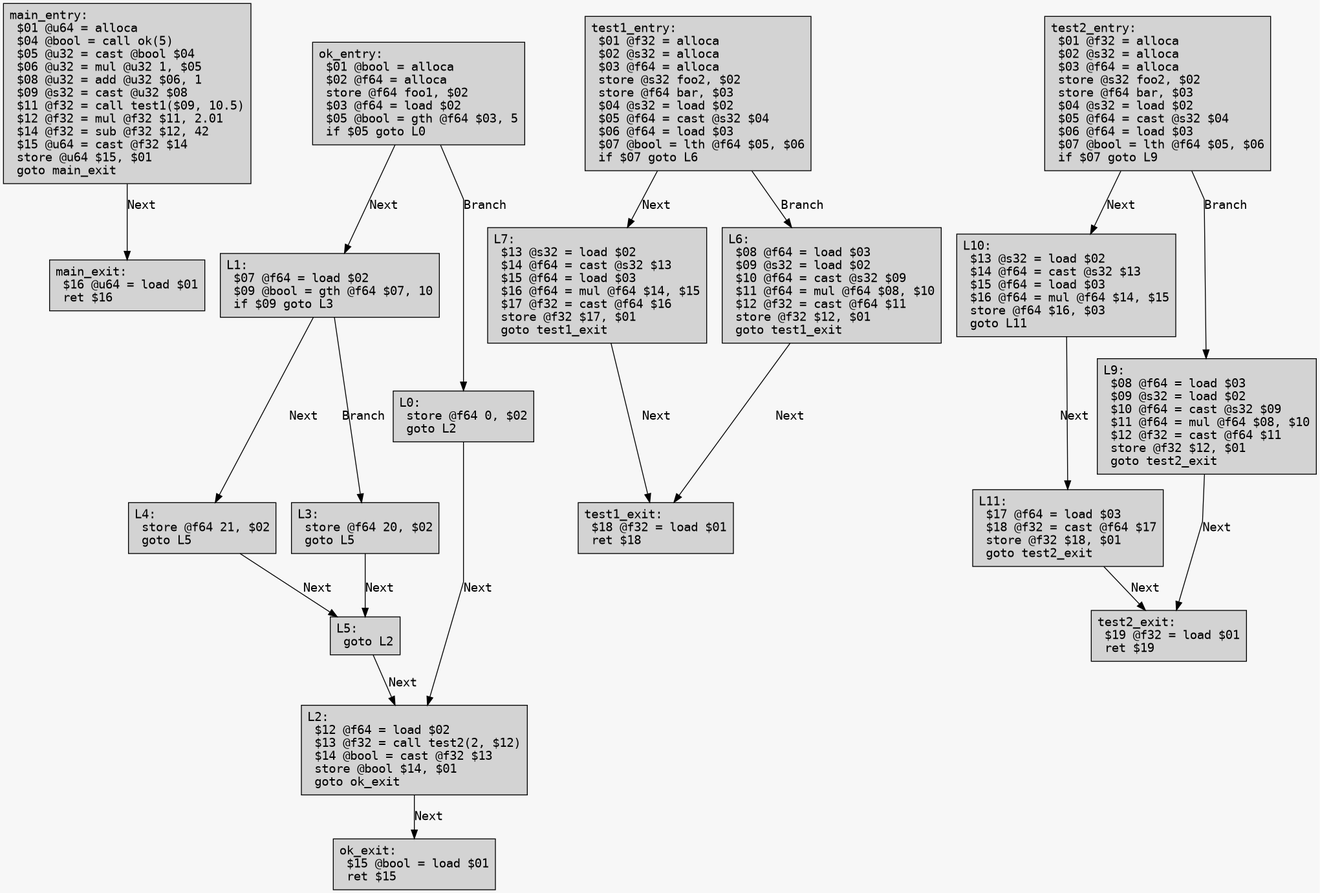
Earlier version of the Graphviz export example/test_opt.png (Excse/arkoi_language). Its source is kept beside it as example/test_opt.dot.
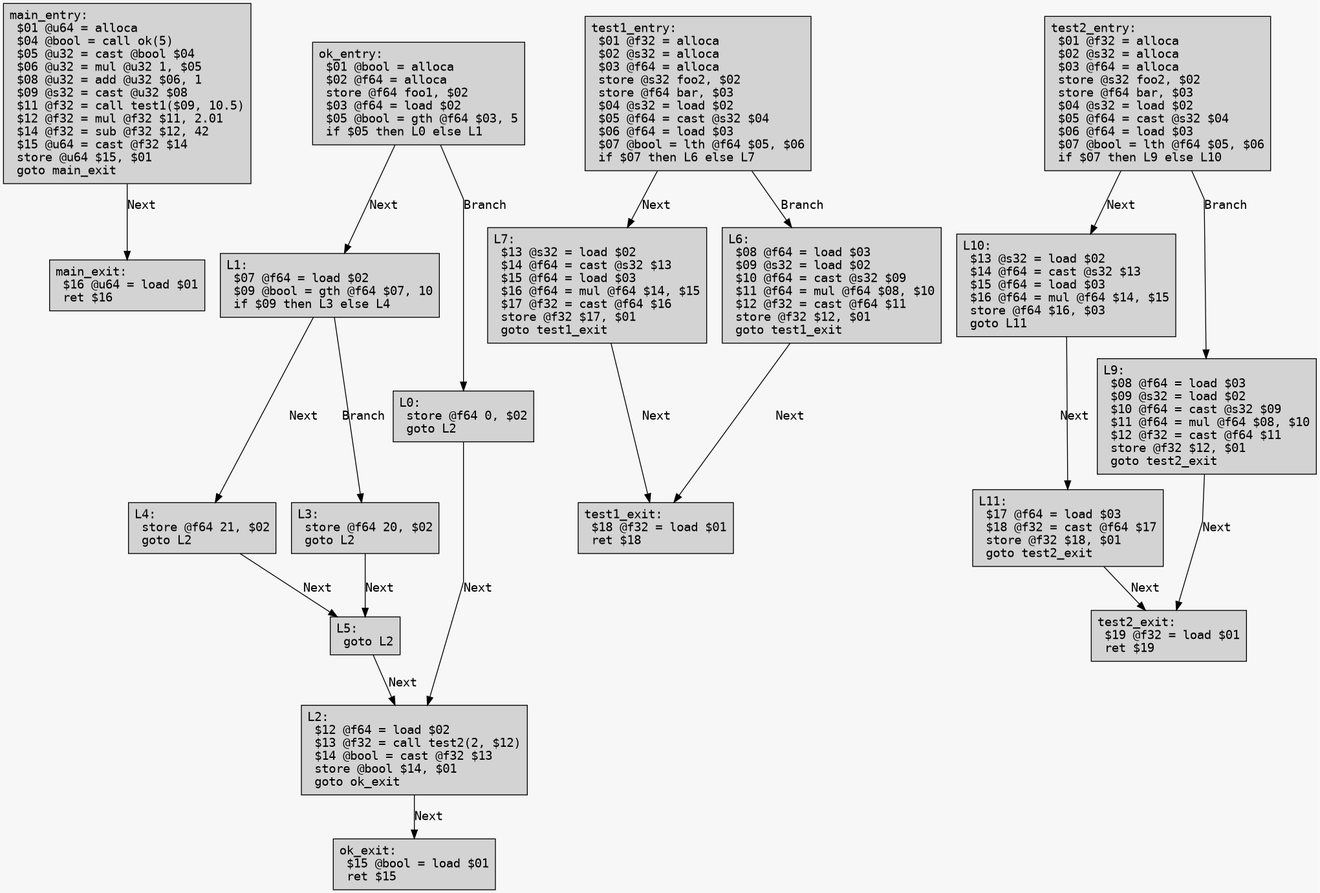
Later version of the same file.

Change to the diagram source:
```diff
@@ -8,24 +8,24 @@
 	main_entry [label="main_entry:\l $01 @u64 = alloca\l $04 @bool = call ok(5)\l $05 @u32 = cast @bool $04\l $06 @u32 = mul @u32 1, $05\l $08 @u32 = add @u32 $06, 1\l $09 @s32 = cast @u32 $08\l $11 @f32 = call test1($09, 10.5)\l $12 @f32 = mul @f32 $11, 2.01\l $14 @f32 = sub @f32 $12, 42\l $15 @u64 = cast @f32 $14\l store @u64 $15, $01\l goto main_exit\l"];
 	main_entry -> main_exit [label="Next"];
 	main_exit [label="main_exit:\l $16 @u64 = load $01\l ret $16\l"];
-	ok_entry [label="ok_entry:\l $01 @bool = alloca\l $02 @f64 = alloca\l store @f64 foo1, $02\l $03 @f64 = load $02\l $05 @bool = gth @f64 $03, 5\l if $05 goto L0\l"];
+	ok_entry [label="ok_entry:\l $01 @bool = alloca\l $02 @f64 = alloca\l store @f64 foo1, $02\l $03 @f64 = load $02\l $05 @bool = gth @f64 $03, 5\l if $05 then L0 else L1\l"];
 	ok_entry -> L1 [label="Next"];
 	ok_entry -> L0 [label="Branch"];
-	L1 [label="L1:\l $07 @f64 = load $02\l $09 @bool = gth @f64 $07, 10\l if $09 goto L3\l"];
+	L1 [label="L1:\l $07 @f64 = load $02\l $09 @bool = gth @f64 $07, 10\l if $09 then L3 else L4\l"];
 	L1 -> L4 [label="Next"];
 	L1 -> L3 [label="Branch"];
-	L4 [label="L4:\l store @f64 21, $02\l goto L5\l"];
+	L4 [label="L4:\l store @f64 21, $02\l goto L2\l"];
 	L4 -> L5 [label="Next"];
 	L5 [label="L5:\l goto L2\l"];
 	L5 -> L2 [label="Next"];
 	L2 [label="L2:\l $12 @f64 = load $02\l $13 @f32 = call test2(2, $12)\l $14 @bool = cast @f32 $13\l store @bool $14, $01\l goto ok_exit\l"];
 	L2 -> ok_exit [label="Next"];
-	L3 [label="L3:\l store @f64 20, $02\l goto L5\l"];
+	L3 [label="L3:\l store @f64 20, $02\l goto L2\l"];
 	L3 -> L5 [label="Next"];
 	L0 [label="L0:\l store @f64 0, $02\l goto L2\l"];
 	L0 -> L2 [label="Next"];
 	ok_exit [label="ok_exit:\l $15 @bool = load $01\l ret $15\l"];
-	test1_entry [label="test1_entry:\l $01 @f32 = alloca\l $02 @s32 = alloca\l $03 @f64 = alloca\l store @s32 foo2, $02\l store @f64 bar, $03\l $04 @s32 = load $02\l $05 @f64 = cast @s32 $04\l $06 @f64 = load $03\l $07 @bool = lth @f64 $05, $06\l if $07 goto L6\l"];
+	test1_entry [label="test1_entry:\l $01 @f32 = alloca\l $02 @s32 = alloca\l $03 @f64 = alloca\l store @s32 foo2, $02\l store @f64 bar, $03\l $04 @s32 = load $02\l $05 @f64 = cast @s32 $04\l $06 @f64 = load $03\l $07 @bool = lth @f64 $05, $06\l if $07 then L6 else L7\l"];
 	test1_entry -> L7 [label="Next"];
 	test1_entry -> L6 [label="Branch"];
 	L7 [label="L7:\l $13 @s32 = load $02\l $14 @f64 = cast @s32 $13\l $15 @f64 = load $03\l $16 @f64 = mul @f64 $14, $15\l $17 @f32 = cast @f64 $16\l store @f32 $17, $01\l goto test1_exit\l"];
@@ -33,7 +33,7 @@
 	L6 [label="L6:\l $08 @f64 = load $03\l $09 @s32 = load $02\l $10 @f64 = cast @s32 $09\l $11 @f64 = mul @f64 $08, $10\l $12 @f32 = cast @f64 $11\l store @f32 $12, $01\l goto test1_exit\l"];
 	L6 -> test1_exit [label="Next"];
 	test1_exit [label="test1_exit:\l $18 @f32 = load $01\l ret $18\l"];
-	test2_entry [label="test2_entry:\l $01 @f32 = alloca\l $02 @s32 = alloca\l $03 @f64 = alloca\l store @s32 foo2, $02\l store @f64 bar, $03\l $04 @s32 = load $02\l $05 @f64 = cast @s32 $04\l $06 @f64 = load $03\l $07 @bool = lth @f64 $05, $06\l if $07 goto L9\l"];
+	test2_entry [label="test2_entry:\l $01 @f32 = alloca\l $02 @s32 = alloca\l $03 @f64 = alloca\l store @s32 foo2, $02\l store @f64 bar, $03\l $04 @s32 = load $02\l $05 @f64 = cast @s32 $04\l $06 @f64 = load $03\l $07 @bool = lth @f64 $05, $06\l if $07 then L9 else L10\l"];
 	test2_entry -> L10 [label="Next"];
 	test2_entry -> L9 [label="Branch"];
 	L10 [label="L10:\l $13 @s32 = load $02\l $14 @f64 = cast @s32 $13\l $15 @f64 = load $03\l $16 @f64 = mul @f64 $14, $15\l store @f64 $16, $03\l goto L11\l"];
```
